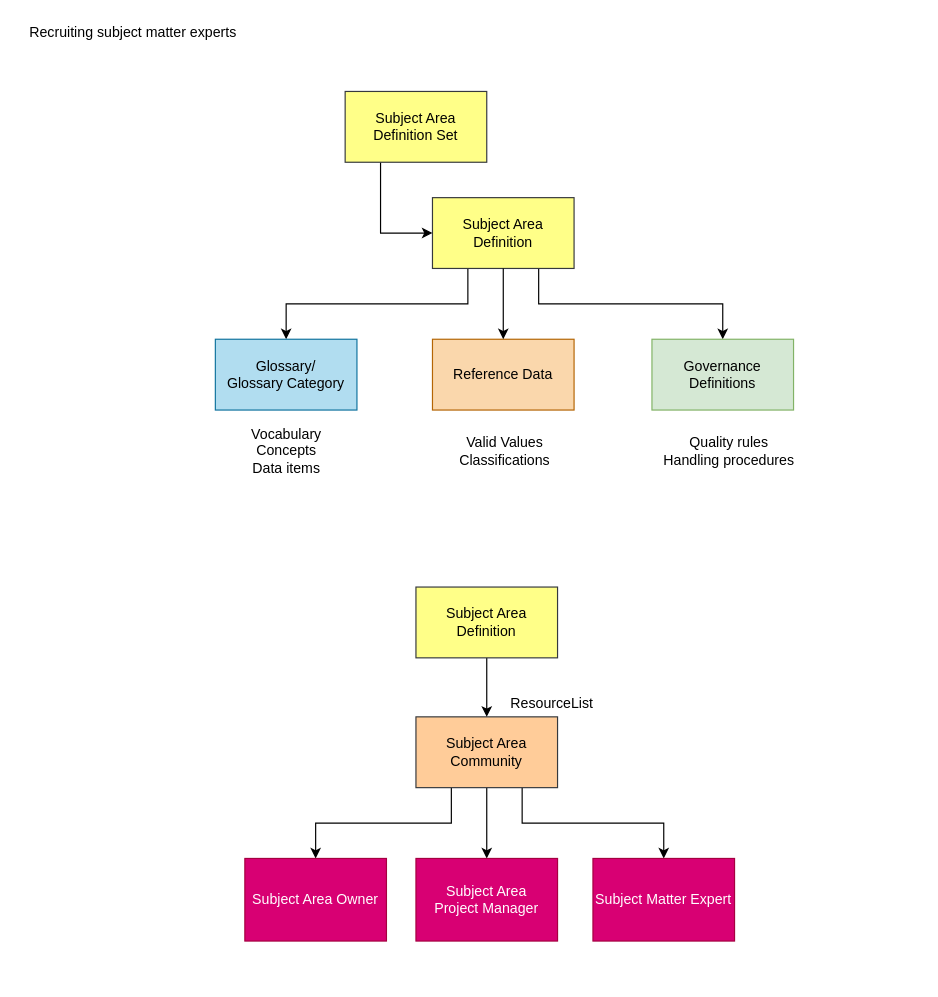
Above: page "subject-areas" (4 of 7) of site/docs/guides/planning/governance-program/governance-program-planning.drawio in odpi/egeria-docs (draw.io), before the change. Source tidied: cells renumbered, new cells numbered last; positions are measured from the earlier drawing's top-left corner, leaving out a move shared by most shapes. Both pictures are drawn from the tidied source at 118%, with x=0, y=0 at pixel (20, 20).
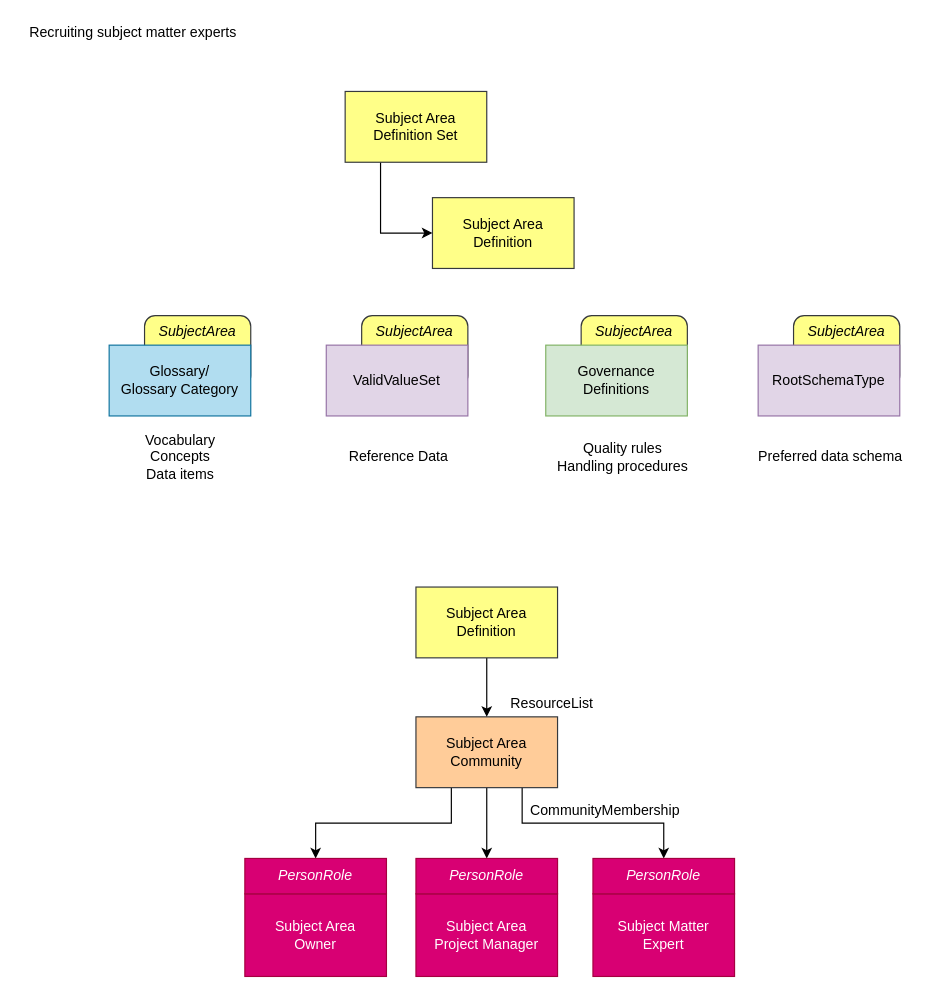
After the change.

The change refers to these unchanged cells:
```xml
<mxCell id="6" value="Subject Area&lt;br&gt;Definition" style="rounded=0;whiteSpace=wrap;html=1;align=center;fillColor=#ffff88;strokeColor=#36393d;" parent="1" vertex="1">
  <mxGeometry x="349" y="150" width="120" height="60" as="geometry" />
</mxCell>
<mxCell id="19" value="Subject Area&lt;br&gt;Community" style="rounded=0;whiteSpace=wrap;html=1;fillColor=#ffcc99;strokeColor=#36393d;" parent="1" vertex="1">
  <mxGeometry x="335" y="590" width="120" height="60" as="geometry" />
</mxCell>
```

The edit, as a diff of the source:
```diff
@@
-    <mxCell id="3" style="edgeStyle=orthogonalEdgeStyle;rounded=0;jettySize=auto;html=1;exitX=0.25;exitY=1;exitDx=0;exitDy=0;entryX=0.5;entryY=0;entryDx=0;entryDy=0;" parent="1" edge="1" source="6" target="7">
-      <mxGeometry relative="1" as="geometry" />
-    </mxCell>
-    <mxCell id="4" style="edgeStyle=orthogonalEdgeStyle;rounded=0;jettySize=auto;html=1;exitX=0.75;exitY=1;exitDx=0;exitDy=0;" parent="1" edge="1" source="6" target="12">
-      <mxGeometry relative="1" as="geometry" />
-    </mxCell>
-    <mxCell id="5" style="edgeStyle=orthogonalEdgeStyle;rounded=0;jettySize=auto;html=1;exitX=0.25;exitY=1;exitDx=0;exitDy=0;startArrow=none;startFill=0;endArrow=classic;endFill=1;" parent="1" edge="1" source="19" target="16">
+    <mxCell id="5" style="edgeStyle=orthogonalEdgeStyle;rounded=0;jettySize=auto;html=1;exitX=0.25;exitY=1;exitDx=0;exitDy=0;startArrow=none;startFill=0;endArrow=classic;endFill=1;entryX=0.5;entryY=0;entryDx=0;entryDy=0;" parent="1" edge="1" source="19" target="32">
       <mxGeometry relative="1" as="geometry" />
     </mxCell>
@@
-    <mxCell id="7" value="Glossary/&lt;br&gt;Glossary Category" style="rounded=0;whiteSpace=wrap;html=1;align=center;fillColor=#b1ddf0;strokeColor=#10739e;" parent="1" vertex="1">
-      <mxGeometry x="165" y="270" width="120" height="60" as="geometry" />
-    </mxCell>
     <mxCell id="8" value="Vocabulary&lt;br&gt;Concepts&lt;br&gt;Data items" style="text;html=1;align=center;verticalAlign=middle;" parent="1" vertex="1">
-      <mxGeometry x="190" y="340" width="70" height="50" as="geometry" />
+      <mxGeometry x="100" y="345" width="70" height="50" as="geometry" />
     </mxCell>
-    <mxCell id="9" value="Reference Data" style="rounded=0;whiteSpace=wrap;html=1;align=center;fillColor=#fad7ac;strokeColor=#b46504;" parent="1" vertex="1">
-      <mxGeometry x="349" y="270" width="120" height="60" as="geometry" />
-    </mxCell>
-    <mxCell id="10" style="edgeStyle=orthogonalEdgeStyle;rounded=0;jettySize=auto;html=1;exitX=0.5;exitY=1;exitDx=0;exitDy=0;entryX=0.5;entryY=0;entryDx=0;entryDy=0;" parent="1" edge="1" source="6" target="9">
-      <mxGeometry relative="1" as="geometry" />
-    </mxCell>
-    <mxCell id="11" value="Valid Values&lt;br&gt;Classifications" style="text;html=1;align=center;verticalAlign=middle;" parent="1" vertex="1">
-      <mxGeometry x="365" y="350" width="90" height="30" as="geometry" />
+    <mxCell id="11" value="Reference Data" style="text;html=1;align=center;verticalAlign=middle;" parent="1" vertex="1">
+      <mxGeometry x="265" y="355" width="110" height="30" as="geometry" />
     </mxCell>
-    <mxCell id="12" value="Governance Definitions" style="rounded=0;whiteSpace=wrap;html=1;align=center;fillColor=#d5e8d4;strokeColor=#82b366;" parent="1" vertex="1">
-      <mxGeometry x="535" y="270" width="120" height="60" as="geometry" />
-    </mxCell>
     <mxCell id="13" value="Quality rules&lt;br&gt;Handling procedures" style="text;html=1;align=center;verticalAlign=middle;" parent="1" vertex="1">
-      <mxGeometry x="535" y="350" width="130" height="30" as="geometry" />
+      <mxGeometry x="445" y="355" width="130" height="30" as="geometry" />
     </mxCell>
@@
-    <mxCell id="16" value="Subject Area Owner" style="rounded=0;whiteSpace=wrap;html=1;fillColor=#d80073;strokeColor=#A50040;verticalAlign=middle;align=center;fontColor=#FFFFFF;" parent="1" vertex="1">
-      <mxGeometry x="190" y="710" width="120" height="70" as="geometry" />
+    <mxCell id="16" value="Subject Area&lt;br&gt;Owner" style="rounded=0;whiteSpace=wrap;html=1;fillColor=#d80073;strokeColor=#A50040;verticalAlign=middle;align=center;fontColor=#FFFFFF;" parent="1" vertex="1">
+      <mxGeometry x="190" y="740" width="120" height="70" as="geometry" />
     </mxCell>
-    <mxCell id="17" style="edgeStyle=orthogonalEdgeStyle;rounded=0;jettySize=auto;html=1;exitX=0.75;exitY=1;exitDx=0;exitDy=0;startArrow=none;startFill=0;endArrow=classic;endFill=1;" parent="1" edge="1" source="19" target="22">
+    <mxCell id="17" style="edgeStyle=orthogonalEdgeStyle;rounded=0;jettySize=auto;html=1;exitX=0.75;exitY=1;exitDx=0;exitDy=0;startArrow=none;startFill=0;endArrow=classic;endFill=1;entryX=0.5;entryY=0;entryDx=0;entryDy=0;" parent="1" edge="1" source="19" target="34">
       <mxGeometry relative="1" as="geometry" />
     </mxCell>
-    <mxCell id="18" style="edgeStyle=orthogonalEdgeStyle;rounded=0;jettySize=auto;html=1;exitX=0.5;exitY=1;exitDx=0;exitDy=0;startArrow=none;startFill=0;endArrow=classic;endFill=1;" parent="1" edge="1" source="19" target="23">
+    <mxCell id="18" style="edgeStyle=orthogonalEdgeStyle;rounded=0;jettySize=auto;html=1;exitX=0.5;exitY=1;exitDx=0;exitDy=0;startArrow=none;startFill=0;endArrow=classic;endFill=1;entryX=0.5;entryY=0;entryDx=0;entryDy=0;" parent="1" edge="1" source="19" target="33">
       <mxGeometry relative="1" as="geometry" />
     </mxCell>
@@
-    <mxCell id="22" value="Subject Matter Expert" style="rounded=0;whiteSpace=wrap;html=1;fillColor=#d80073;strokeColor=#A50040;verticalAlign=middle;align=center;fontColor=#FFFFFF;" parent="1" vertex="1">
-      <mxGeometry x="485" y="710" width="120" height="70" as="geometry" />
+    <mxCell id="22" value="Subject Matter&lt;br&gt;Expert" style="rounded=0;whiteSpace=wrap;html=1;fillColor=#d80073;strokeColor=#A50040;verticalAlign=middle;align=center;fontColor=#FFFFFF;" parent="1" vertex="1">
+      <mxGeometry x="485" y="740" width="120" height="70" as="geometry" />
     </mxCell>
     <mxCell id="23" value="Subject Area&lt;br&gt;Project Manager" style="rounded=0;whiteSpace=wrap;html=1;fillColor=#d80073;strokeColor=#A50040;verticalAlign=middle;align=center;fontColor=#FFFFFF;" parent="1" vertex="1">
-      <mxGeometry x="335" y="710" width="120" height="70" as="geometry" />
+      <mxGeometry x="335" y="740" width="120" height="70" as="geometry" />
     </mxCell>
@@
+    <mxCell id="25" value="SubjectArea" style="rounded=1;whiteSpace=wrap;html=1;fontStyle=2;fillColor=#ffff88;strokeColor=#36393d;verticalAlign=top;" parent="1" vertex="1">
+      <mxGeometry x="105" y="250" width="90" height="60" as="geometry" />
+    </mxCell>
+    <mxCell id="26" value="SubjectArea" style="rounded=1;whiteSpace=wrap;html=1;fontStyle=2;fillColor=#ffff88;strokeColor=#36393d;verticalAlign=top;" parent="1" vertex="1">
+      <mxGeometry x="289" y="250" width="90" height="60" as="geometry" />
+    </mxCell>
+    <mxCell id="27" value="SubjectArea" style="rounded=1;whiteSpace=wrap;html=1;fontStyle=2;fillColor=#ffff88;strokeColor=#36393d;verticalAlign=top;" parent="1" vertex="1">
+      <mxGeometry x="475" y="250" width="90" height="60" as="geometry" />
+    </mxCell>
+    <mxCell id="7" value="Glossary/&lt;br&gt;Glossary Category" style="rounded=0;whiteSpace=wrap;html=1;align=center;fillColor=#b1ddf0;strokeColor=#10739e;" parent="1" vertex="1">
+      <mxGeometry x="75" y="275" width="120" height="60" as="geometry" />
+    </mxCell>
+    <mxCell id="9" value="ValidValueSet" style="rounded=0;whiteSpace=wrap;html=1;align=center;fillColor=#e1d5e7;strokeColor=#9673a6;" parent="1" vertex="1">
+      <mxGeometry x="259" y="275" width="120" height="60" as="geometry" />
+    </mxCell>
+    <mxCell id="12" value="Governance Definitions" style="rounded=0;whiteSpace=wrap;html=1;align=center;fillColor=#d5e8d4;strokeColor=#82b366;" parent="1" vertex="1">
+      <mxGeometry x="445" y="275" width="120" height="60" as="geometry" />
+    </mxCell>
+    <mxCell id="28" value="Preferred data schema" style="text;html=1;align=center;verticalAlign=middle;" parent="1" vertex="1">
+      <mxGeometry x="611" y="355" width="150" height="30" as="geometry" />
+    </mxCell>
+    <mxCell id="29" value="SubjectArea" style="rounded=1;whiteSpace=wrap;html=1;fontStyle=2;fillColor=#ffff88;strokeColor=#36393d;verticalAlign=top;" parent="1" vertex="1">
+      <mxGeometry x="655" y="250" width="90" height="60" as="geometry" />
+    </mxCell>
+    <mxCell id="30" value="RootSchemaType" style="rounded=0;whiteSpace=wrap;html=1;align=center;fillColor=#e1d5e7;strokeColor=#9673a6;" parent="1" vertex="1">
+      <mxGeometry x="625" y="275" width="120" height="60" as="geometry" />
+    </mxCell>
+    <mxCell id="31" value="CommunityMembership" style="text;html=1;align=center;verticalAlign=middle;strokeColor=none;fillColor=none;" parent="1" vertex="1">
+      <mxGeometry x="420" y="655" width="150" height="30" as="geometry" />
+    </mxCell>
+    <mxCell id="32" value="PersonRole" style="rounded=0;whiteSpace=wrap;html=1;fontStyle=2;fillColor=#d80073;fontColor=#ffffff;strokeColor=#A50040;" parent="1" vertex="1">
+      <mxGeometry x="190" y="710" width="120" height="30" as="geometry" />
+    </mxCell>
+    <mxCell id="33" value="PersonRole" style="rounded=0;whiteSpace=wrap;html=1;fontStyle=2;fillColor=#d80073;fontColor=#ffffff;strokeColor=#A50040;" parent="1" vertex="1">
+      <mxGeometry x="335" y="710" width="120" height="30" as="geometry" />
+    </mxCell>
+    <mxCell id="34" value="PersonRole" style="rounded=0;whiteSpace=wrap;html=1;fontStyle=2;fillColor=#d80073;fontColor=#ffffff;strokeColor=#A50040;" parent="1" vertex="1">
+      <mxGeometry x="485" y="710" width="120" height="30" as="geometry" />
+    </mxCell>
```
